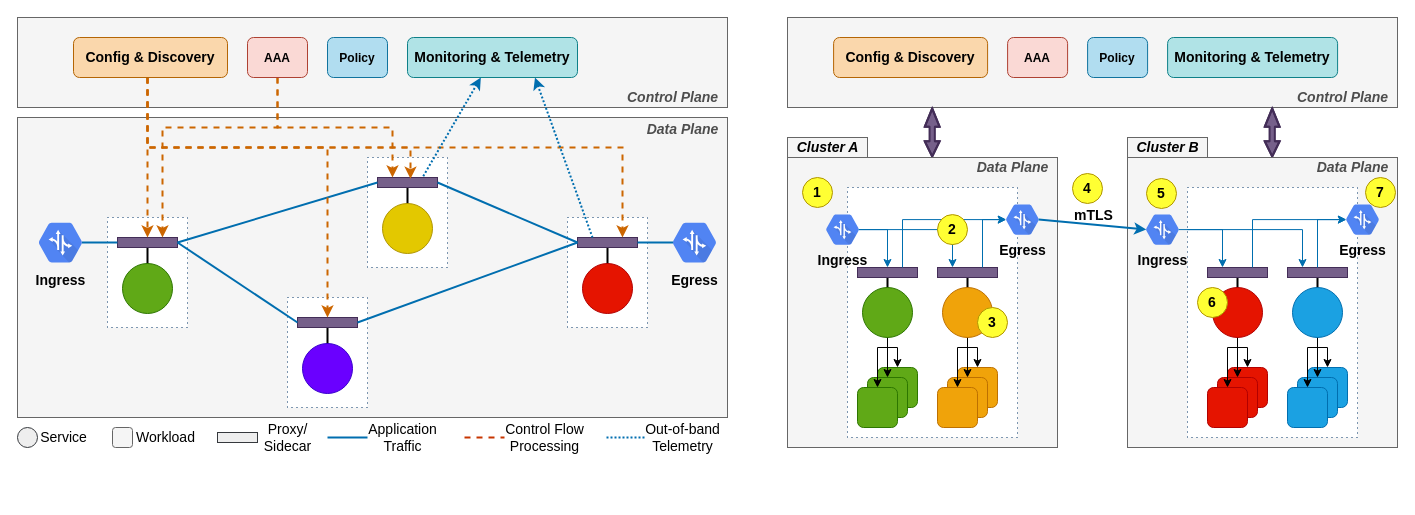
Earlier version of the draw.io diagram service-mesh-GSPM.drawio (deepaknadig/draw.io). Source tidied: cells renumbered, new cells numbered last; positions are measured from the earlier drawing's top-left corner, leaving out a move shared by most shapes. Both pictures are drawn from the tidied source at 100%, with x=0, y=0 at pixel (17, 17).
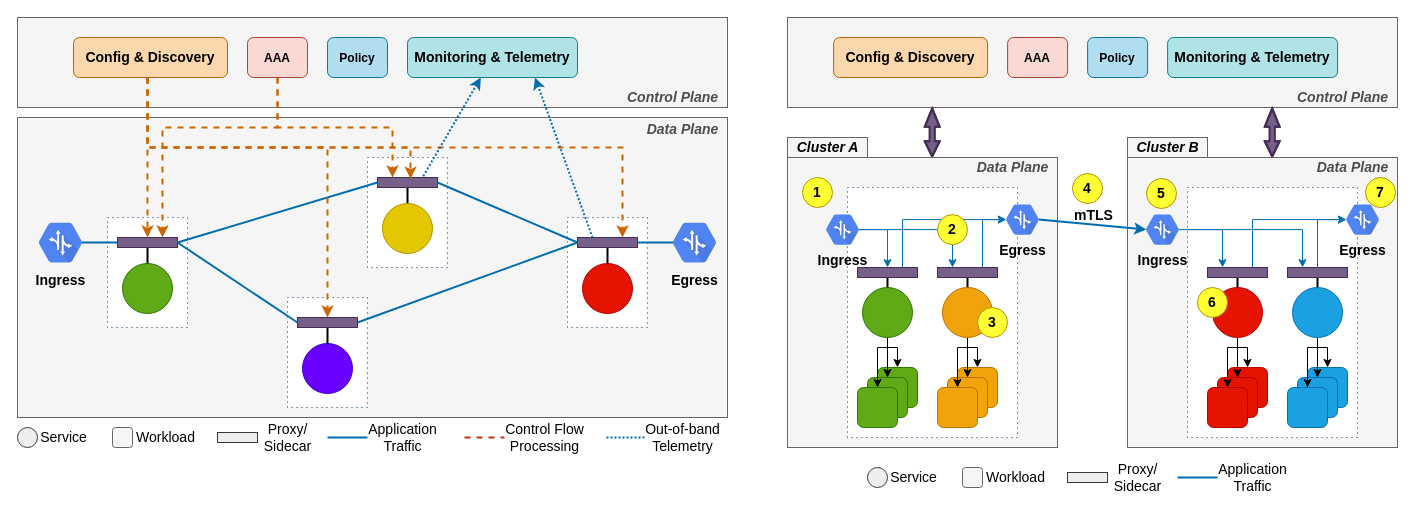
After the change.

What changed in the source:
```diff
@@
+    <mxCell id="155" style="group;" parent="1" vertex="1">
+      <mxGeometry x="1160" y="440" width="115" height="40" as="geometry" />
+    </mxCell>
+    <mxCell id="156" style="rounded=0;orthogonalLoop=1;jettySize=auto;html=1;startArrow=none;startFill=0;endArrow=none;endFill=0;exitX=1;exitY=0.5;exitDx=0;exitDy=0;strokeWidth=2;fillColor=#1ba1e2;strokeColor=#006EAF;" parent="155" edge="1">
+      <mxGeometry relative="1" as="geometry">
+        <mxPoint y="20" as="sourcePoint" />
+        <mxPoint x="40" y="20" as="targetPoint" />
+      </mxGeometry>
+    </mxCell>
+    <mxCell id="157" value="&lt;div style=&quot;font-size: 14px;&quot;&gt;Application&lt;/div&gt;&lt;div style=&quot;font-size: 14px;&quot;&gt;Traffic&lt;br style=&quot;font-size: 14px;&quot;&gt;&lt;/div&gt;" style="text;html=1;align=center;verticalAlign=middle;fontSize=14;" parent="155" vertex="1">
+      <mxGeometry x="35" width="80" height="40" as="geometry" />
+    </mxCell>
+    <mxCell id="158" style="group;" parent="1" vertex="1">
+      <mxGeometry x="1050" y="440" width="100" height="40" as="geometry" />
+    </mxCell>
+    <mxCell id="159" style="rounded=0;whiteSpace=wrap;html=1;strokeColor=#36393d;fillColor=#eeeeee;" parent="158" vertex="1">
+      <mxGeometry y="15" width="40" height="10" as="geometry" />
+    </mxCell>
+    <mxCell id="160" value="&lt;div style=&quot;font-size: 14px;&quot;&gt;Proxy/&lt;/div&gt;&lt;div style=&quot;font-size: 14px;&quot;&gt;Sidecar&lt;br style=&quot;font-size: 14px;&quot;&gt;&lt;/div&gt;" style="text;html=1;align=center;verticalAlign=middle;fontSize=14;" parent="158" vertex="1">
+      <mxGeometry x="40" width="60" height="40" as="geometry" />
+    </mxCell>
+    <mxCell id="161" style="group;" parent="1" vertex="1">
+      <mxGeometry x="850" y="460" width="80" height="20" as="geometry" />
+    </mxCell>
+    <mxCell id="162" style="ellipse;whiteSpace=wrap;html=1;rounded=0;strokeColor=#36393d;fillColor=#eeeeee;" parent="161" vertex="1">
+      <mxGeometry y="-10" width="20" height="20" as="geometry" />
+    </mxCell>
+    <mxCell id="163" value="Service" style="text;html=1;align=center;verticalAlign=middle;fontSize=14;" parent="161" vertex="1">
+      <mxGeometry x="16" y="-10" width="60" height="20" as="geometry" />
+    </mxCell>
+    <mxCell id="164" style="whiteSpace=wrap;html=1;rounded=1;labelBackgroundColor=none;strokeColor=#666666;fillColor=#f5f5f5;fontSize=14;fontColor=#333333;" parent="1" vertex="1">
+      <mxGeometry x="945" y="450" width="20" height="20" as="geometry" />
+    </mxCell>
+    <mxCell id="165" value="Workload" style="text;html=1;align=center;verticalAlign=middle;fontSize=14;" parent="1" vertex="1">
+      <mxGeometry x="963" y="450" width="70" height="20" as="geometry" />
+    </mxCell>
```
